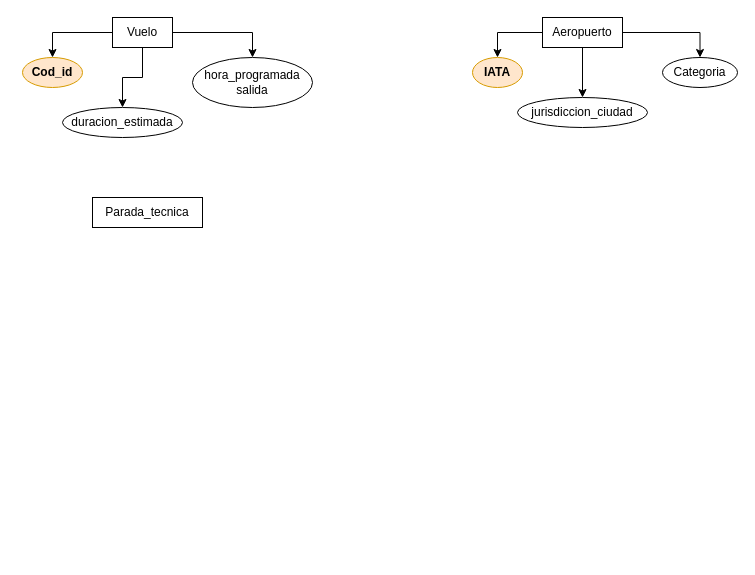
This is aerolineas.drawio from jhosebro/Bases-de-datos, a draw.io file, before an edit. Source tidied: cells renumbered, new cells numbered last; positions are measured from the earlier drawing's top-left corner, leaving out a move shared by most shapes. Both pictures are drawn from the tidied source at 100%, with x=0, y=0 at pixel (22, 17).
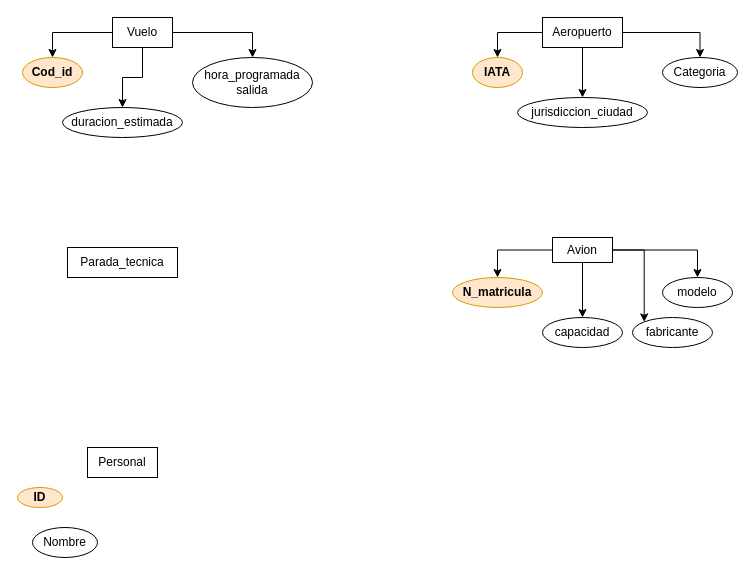
The same page after the edit.

Diff of the diagram source:
```diff
@@
     <mxCell id="9" value="Parada_tecnica" style="rounded=0;whiteSpace=wrap;html=1;" parent="1" vertex="1">
-      <mxGeometry x="70" y="180" width="110" height="30" as="geometry" />
+      <mxGeometry x="45" y="230" width="110" height="30" as="geometry" />
     </mxCell>
@@
+    <mxCell id="17" style="edgeStyle=orthogonalEdgeStyle;rounded=0;jettySize=auto;html=1;entryX=0.5;entryY=0;entryDx=0;entryDy=0;" parent="1" edge="1" source="21" target="22">
+      <mxGeometry relative="1" as="geometry" />
+    </mxCell>
+    <mxCell id="18" style="edgeStyle=orthogonalEdgeStyle;rounded=0;jettySize=auto;html=1;entryX=0.5;entryY=0;entryDx=0;entryDy=0;" parent="1" edge="1" source="21" target="23">
+      <mxGeometry relative="1" as="geometry" />
+    </mxCell>
+    <mxCell id="19" style="edgeStyle=orthogonalEdgeStyle;rounded=0;jettySize=auto;html=1;entryX=0;entryY=0;entryDx=0;entryDy=0;" parent="1" edge="1" source="21" target="24">
+      <mxGeometry relative="1" as="geometry" />
+    </mxCell>
+    <mxCell id="20" style="edgeStyle=orthogonalEdgeStyle;rounded=0;jettySize=auto;html=1;entryX=0.5;entryY=0;entryDx=0;entryDy=0;" parent="1" edge="1" source="21" target="25">
+      <mxGeometry relative="1" as="geometry" />
+    </mxCell>
+    <mxCell id="21" value="Avion" style="rounded=0;whiteSpace=wrap;html=1;" parent="1" vertex="1">
+      <mxGeometry x="530" y="220" width="60" height="25" as="geometry" />
+    </mxCell>
+    <mxCell id="22" value="&lt;b&gt;N_matricula&lt;/b&gt;" style="ellipse;whiteSpace=wrap;html=1;fillColor=#ffe6cc;strokeColor=#d79b00;" parent="1" vertex="1">
+      <mxGeometry x="430" y="260" width="90" height="30" as="geometry" />
+    </mxCell>
+    <mxCell id="23" value="capacidad" style="ellipse;whiteSpace=wrap;html=1;" parent="1" vertex="1">
+      <mxGeometry x="520" y="300" width="80" height="30" as="geometry" />
+    </mxCell>
+    <mxCell id="24" value="fabricante" style="ellipse;whiteSpace=wrap;html=1;" parent="1" vertex="1">
+      <mxGeometry x="610" y="300" width="80" height="30" as="geometry" />
+    </mxCell>
+    <mxCell id="25" value="modelo" style="ellipse;whiteSpace=wrap;html=1;" parent="1" vertex="1">
+      <mxGeometry x="640" y="260" width="70" height="30" as="geometry" />
+    </mxCell>
+    <mxCell id="26" value="Personal" style="rounded=0;whiteSpace=wrap;html=1;" parent="1" vertex="1">
+      <mxGeometry x="65" y="430" width="70" height="30" as="geometry" />
+    </mxCell>
+    <mxCell id="27" value="&lt;b&gt;ID&lt;/b&gt;" style="ellipse;whiteSpace=wrap;html=1;fillColor=#ffe6cc;strokeColor=#d79b00;" parent="1" vertex="1">
+      <mxGeometry x="-5" y="470" width="45" height="20" as="geometry" />
+    </mxCell>
+    <mxCell id="28" value="Nombre" style="ellipse;whiteSpace=wrap;html=1;" parent="1" vertex="1">
+      <mxGeometry x="10" y="510" width="65" height="30" as="geometry" />
+    </mxCell>
```
